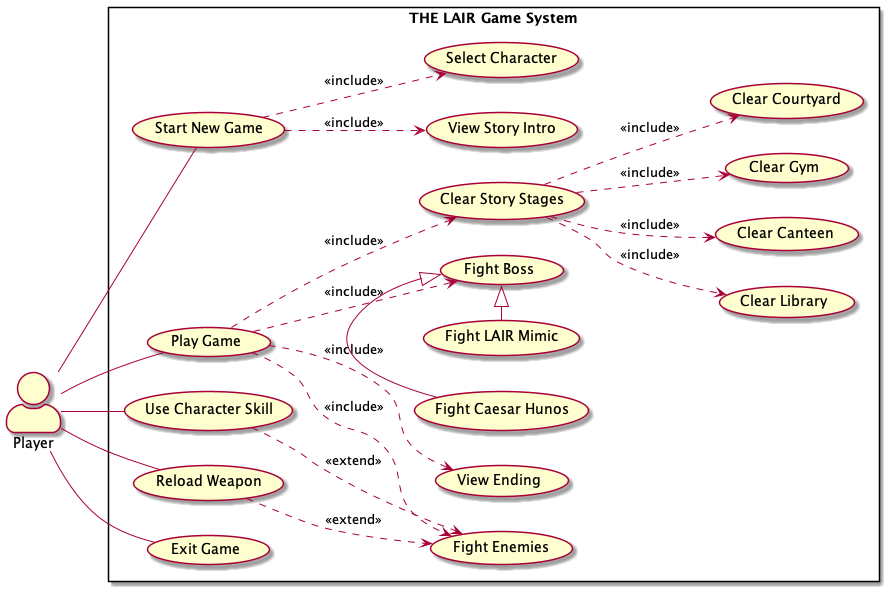
Above: out/docs/use-case-diagram/use-case-diagram.png in x1ren/Lair---FinalOOP-project (PlantUML), before the change. Its diagram source:
```plantuml
@startuml
left to right direction
skinparam packageStyle rectangle
skinparam actorStyle awesome

actor Player

rectangle "THE LAIR Game System" {
  usecase "Start New Game" as UC_Start
  usecase "View Story Intro" as UC_Intro
  usecase "Select Character" as UC_SelectCharacter
  usecase "Play Game" as UC_Play
  usecase "Clear Story Stages" as UC_Stages
  usecase "Clear Library" as UC_Library
  usecase "Clear Canteen" as UC_Canteen
  usecase "Clear Gym" as UC_Gym
  usecase "Clear Courtyard" as UC_Courtyard
  usecase "Fight Enemies" as UC_FightEnemies
  usecase "Fight Boss" as UC_FightBoss
  usecase "Fight Caesar Hunos" as UC_Caesar
  usecase "Fight LAIR Mimic" as UC_Khai
  usecase "Use Character Skill" as UC_Skill
  usecase "Reload Weapon" as UC_Reload
  usecase "View Ending" as UC_Ending
  usecase "Exit Game" as UC_Exit
}

Player -- UC_Start
Player -- UC_Play
Player -- UC_Skill
Player -- UC_Reload
Player -- UC_Exit

UC_Start ..> UC_Intro : <<include>>
UC_Start ..> UC_SelectCharacter : <<include>>

UC_Play ..> UC_Stages : <<include>>
UC_Play ..> UC_FightEnemies : <<include>>
UC_Play ..> UC_FightBoss : <<include>>
UC_Play ..> UC_Ending : <<include>>

UC_Stages ..> UC_Library : <<include>>
UC_Stages ..> UC_Canteen : <<include>>
UC_Stages ..> UC_Gym : <<include>>
UC_Stages ..> UC_Courtyard : <<include>>

UC_Skill ..> UC_FightEnemies : <<extend>>
UC_Reload ..> UC_FightEnemies : <<extend>>

UC_Caesar -|> UC_FightBoss
UC_Khai -|> UC_FightBoss

@enduml
```
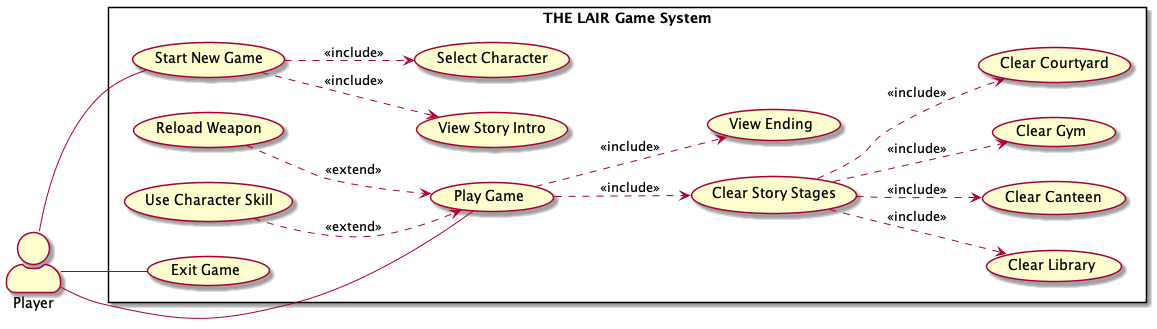
After the commit.

Commit message:
chore(docs): Updated use case diagram for the use case diagram

Diff of the diagram source:
```diff
@@ -10,33 +10,27 @@
   usecase "View Story Intro" as UC_Intro
   usecase "Select Character" as UC_SelectCharacter
   usecase "Play Game" as UC_Play
+  usecase "Use Character Skill" as UC_Skill
+  usecase "Reload Weapon" as UC_Reload
   usecase "Clear Story Stages" as UC_Stages
   usecase "Clear Library" as UC_Library
   usecase "Clear Canteen" as UC_Canteen
   usecase "Clear Gym" as UC_Gym
   usecase "Clear Courtyard" as UC_Courtyard
-  usecase "Fight Enemies" as UC_FightEnemies
-  usecase "Fight Boss" as UC_FightBoss
-  usecase "Fight Caesar Hunos" as UC_Caesar
-  usecase "Fight LAIR Mimic" as UC_Khai
-  usecase "Use Character Skill" as UC_Skill
-  usecase "Reload Weapon" as UC_Reload
   usecase "View Ending" as UC_Ending
   usecase "Exit Game" as UC_Exit
 }
 
 Player -- UC_Start
 Player -- UC_Play
-Player -- UC_Skill
-Player -- UC_Reload
 Player -- UC_Exit
 
 UC_Start ..> UC_Intro : <<include>>
 UC_Start ..> UC_SelectCharacter : <<include>>
 
+UC_Skill ..> UC_Play : <<extend>>
+UC_Reload ..> UC_Play : <<extend>>
 UC_Play ..> UC_Stages : <<include>>
-UC_Play ..> UC_FightEnemies : <<include>>
-UC_Play ..> UC_FightBoss : <<include>>
 UC_Play ..> UC_Ending : <<include>>
 
 UC_Stages ..> UC_Library : <<include>>
@@ -44,10 +38,4 @@
 UC_Stages ..> UC_Gym : <<include>>
 UC_Stages ..> UC_Courtyard : <<include>>
 
-UC_Skill ..> UC_FightEnemies : <<extend>>
-UC_Reload ..> UC_FightEnemies : <<extend>>
-
-UC_Caesar -|> UC_FightBoss
-UC_Khai -|> UC_FightBoss
-
 @enduml
```
